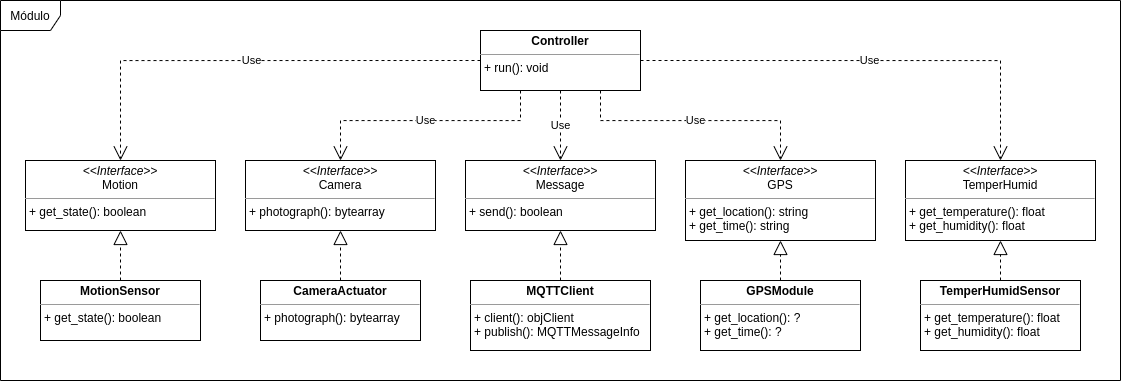
Before: images/module-class-diagram.png, a diagram exported from draw.io (Smart-AniMon/docs). Source tidied: cells renumbered, new cells last; positions are measured from the earlier drawing's top-left corner, leaving out a move shared by most shapes. The source it was exported from:
```xml
<mxGraphModel>
  <root>
    <mxCell id="0" />
    <mxCell id="1" parent="0" />
    <mxCell id="2" value="Use" style="edgeStyle=orthogonalEdgeStyle;rounded=0;jettySize=auto;html=1;exitX=0.75;exitY=1;exitDx=0;exitDy=0;entryX=0.5;entryY=0;entryDx=0;entryDy=0;dashed=1;endArrow=open;endFill=0;strokeWidth=1;endSize=12;" parent="1" edge="1" source="6" target="21">
      <mxGeometry relative="1" as="geometry" />
    </mxCell>
    <mxCell id="3" value="Use" style="edgeStyle=orthogonalEdgeStyle;rounded=0;jettySize=auto;html=1;exitX=1;exitY=0.5;exitDx=0;exitDy=0;entryX=0.5;entryY=0;entryDx=0;entryDy=0;dashed=1;endArrow=open;endFill=0;strokeWidth=1;endSize=12;" parent="1" edge="1" source="6" target="22">
      <mxGeometry relative="1" as="geometry" />
    </mxCell>
    <mxCell id="4" value="Use" style="edgeStyle=orthogonalEdgeStyle;rounded=0;jettySize=auto;html=1;exitX=0.25;exitY=1;exitDx=0;exitDy=0;entryX=0.5;entryY=0;entryDx=0;entryDy=0;dashed=1;endArrow=open;endFill=0;strokeWidth=1;endSize=12;" parent="1" edge="1" source="6" target="19">
      <mxGeometry relative="1" as="geometry" />
    </mxCell>
    <mxCell id="5" value="Use" style="edgeStyle=orthogonalEdgeStyle;rounded=0;jettySize=auto;html=1;exitX=0;exitY=0.5;exitDx=0;exitDy=0;entryX=0.5;entryY=0;entryDx=0;entryDy=0;dashed=1;endArrow=open;endFill=0;strokeWidth=1;endSize=12;" parent="1" edge="1" source="6" target="20">
      <mxGeometry relative="1" as="geometry" />
    </mxCell>
    <mxCell id="6" value="&lt;p style=&quot;margin: 0px ; margin-top: 4px ; text-align: center&quot;&gt;&lt;b&gt;Controller&lt;/b&gt;&lt;/p&gt;&lt;hr size=&quot;1&quot;&gt;&lt;p style=&quot;margin: 0px ; margin-left: 4px&quot;&gt;&lt;/p&gt;&lt;p style=&quot;margin: 0px ; margin-left: 4px&quot;&gt;+ run(): void&lt;/p&gt;" style="verticalAlign=top;align=left;overflow=fill;fontSize=12;fontFamily=Helvetica;html=1;" parent="1" vertex="1">
      <mxGeometry x="480" y="30" width="160" height="60" as="geometry" />
    </mxCell>
    <mxCell id="7" value="&lt;p style=&quot;margin: 0px ; margin-top: 4px ; text-align: center&quot;&gt;&lt;b&gt;MQTTClient&lt;/b&gt;&lt;/p&gt;&lt;hr size=&quot;1&quot;&gt;&lt;p style=&quot;margin: 0px ; margin-left: 4px&quot;&gt;+ client():&amp;nbsp;objClient&lt;/p&gt;&lt;p style=&quot;margin: 0px ; margin-left: 4px&quot;&gt;+ publish(): MQTTMessageInfo&lt;/p&gt;&lt;p style=&quot;margin: 0px ; margin-left: 4px&quot;&gt;&lt;br&gt;&lt;/p&gt;" style="verticalAlign=top;align=left;overflow=fill;fontSize=12;fontFamily=Helvetica;html=1;" parent="1" vertex="1">
      <mxGeometry x="470" y="280" width="180" height="70" as="geometry" />
    </mxCell>
    <mxCell id="8" style="edgeStyle=orthogonalEdgeStyle;rounded=0;jettySize=auto;html=1;exitX=0.5;exitY=0;exitDx=0;exitDy=0;entryX=0.5;entryY=1;entryDx=0;entryDy=0;dashed=1;endArrow=block;endFill=0;endSize=12;strokeWidth=1;" parent="1" edge="1" source="9" target="19">
      <mxGeometry relative="1" as="geometry" />
    </mxCell>
    <mxCell id="9" value="&lt;p style=&quot;margin: 0px ; margin-top: 4px ; text-align: center&quot;&gt;&lt;b&gt;CameraA&lt;/b&gt;&lt;b&gt;ctuator&lt;/b&gt;&lt;/p&gt;&lt;hr size=&quot;1&quot;&gt;&lt;p style=&quot;margin: 0px ; margin-left: 4px&quot;&gt;+ photograph(): bytearray&lt;/p&gt;" style="verticalAlign=top;align=left;overflow=fill;fontSize=12;fontFamily=Helvetica;html=1;" parent="1" vertex="1">
      <mxGeometry x="260" y="280" width="160" height="60" as="geometry" />
    </mxCell>
    <mxCell id="10" value="&lt;p style=&quot;margin: 0px ; margin-top: 4px ; text-align: center&quot;&gt;&lt;b&gt;TemperHumidSensor&lt;/b&gt;&lt;/p&gt;&lt;hr size=&quot;1&quot;&gt;&lt;p style=&quot;margin: 0px ; margin-left: 4px&quot;&gt;+ get_temperature(): float&lt;/p&gt;&lt;p style=&quot;margin: 0px ; margin-left: 4px&quot;&gt;+ get_humidity(): float&lt;br&gt;&lt;/p&gt;" style="verticalAlign=top;align=left;overflow=fill;fontSize=12;fontFamily=Helvetica;html=1;" parent="1" vertex="1">
      <mxGeometry x="920" y="280" width="160" height="70" as="geometry" />
    </mxCell>
    <mxCell id="11" style="edgeStyle=orthogonalEdgeStyle;rounded=0;jettySize=auto;html=1;exitX=0.5;exitY=0;exitDx=0;exitDy=0;entryX=0.5;entryY=1;entryDx=0;entryDy=0;dashed=1;endArrow=block;endFill=0;endSize=12;strokeWidth=1;" parent="1" edge="1" source="12" target="21">
      <mxGeometry relative="1" as="geometry" />
    </mxCell>
    <mxCell id="12" value="&lt;p style=&quot;margin: 0px ; margin-top: 4px ; text-align: center&quot;&gt;&lt;b&gt;GPSModule&lt;/b&gt;&lt;/p&gt;&lt;hr size=&quot;1&quot;&gt;&lt;p style=&quot;margin: 0px ; margin-left: 4px&quot;&gt;+ get_location(): ?&lt;/p&gt;&lt;p style=&quot;margin: 0px ; margin-left: 4px&quot;&gt;+ get_time(): ?&lt;br&gt;&lt;/p&gt;" style="verticalAlign=top;align=left;overflow=fill;fontSize=12;fontFamily=Helvetica;html=1;" parent="1" vertex="1">
      <mxGeometry x="700" y="280" width="160" height="70" as="geometry" />
    </mxCell>
    <mxCell id="13" style="edgeStyle=orthogonalEdgeStyle;rounded=0;jettySize=auto;html=1;exitX=0.5;exitY=0;exitDx=0;exitDy=0;entryX=0.5;entryY=1;entryDx=0;entryDy=0;dashed=1;endArrow=block;endFill=0;endSize=12;strokeWidth=1;" parent="1" edge="1" source="14" target="20">
      <mxGeometry relative="1" as="geometry" />
    </mxCell>
    <mxCell id="14" value="&lt;p style=&quot;margin: 0px ; margin-top: 4px ; text-align: center&quot;&gt;&lt;b&gt;MotionSensor&lt;/b&gt;&lt;/p&gt;&lt;hr size=&quot;1&quot;&gt;&lt;p style=&quot;margin: 0px ; margin-left: 4px&quot;&gt;+ get_state(): boolean&lt;/p&gt;" style="verticalAlign=top;align=left;overflow=fill;fontSize=12;fontFamily=Helvetica;html=1;" parent="1" vertex="1">
      <mxGeometry x="40" y="280" width="160" height="60" as="geometry" />
    </mxCell>
    <mxCell id="15" value="Módulo" style="shape=umlFrame;whiteSpace=wrap;html=1;" parent="1" vertex="1">
      <mxGeometry width="1120" height="380" as="geometry" />
    </mxCell>
    <mxCell id="16" value="&lt;p style=&quot;margin: 0px ; margin-top: 4px ; text-align: center&quot;&gt;&lt;i&gt;&amp;lt;&amp;lt;Interface&amp;gt;&amp;gt;&lt;/i&gt;&lt;br&gt;Message&lt;/p&gt;&lt;hr size=&quot;1&quot;&gt;&lt;p style=&quot;margin: 0px ; margin-left: 4px&quot;&gt;+ send(): boolean&lt;/p&gt;" style="verticalAlign=top;align=left;overflow=fill;fontSize=12;fontFamily=Helvetica;html=1;" parent="1" vertex="1">
      <mxGeometry x="465" y="160" width="190" height="70" as="geometry" />
    </mxCell>
    <mxCell id="17" style="endArrow=block;dashed=1;endFill=0;endSize=12;html=1;strokeWidth=1;exitX=0.5;exitY=0;exitDx=0;exitDy=0;entryX=0.5;entryY=1;entryDx=0;entryDy=0;" parent="1" edge="1" source="7" target="16">
      <mxGeometry relative="1" as="geometry" />
    </mxCell>
    <mxCell id="18" value="Use" style="endArrow=open;endFill=1;endSize=12;html=1;dashed=1;strokeWidth=1;exitX=0.5;exitY=1;exitDx=0;exitDy=0;entryX=0.5;entryY=0;entryDx=0;entryDy=0;" parent="1" edge="1" source="6" target="16">
      <mxGeometry relative="1" as="geometry" />
    </mxCell>
    <mxCell id="19" value="&lt;p style=&quot;margin: 0px ; margin-top: 4px ; text-align: center&quot;&gt;&lt;i&gt;&amp;lt;&amp;lt;Interface&amp;gt;&amp;gt;&lt;/i&gt;&lt;br&gt;Camera&lt;/p&gt;&lt;hr size=&quot;1&quot;&gt;&lt;p style=&quot;margin: 0px ; margin-left: 4px&quot;&gt;+ photograph(): bytearray&lt;br&gt;&lt;/p&gt;" style="verticalAlign=top;align=left;overflow=fill;fontSize=12;fontFamily=Helvetica;html=1;" parent="1" vertex="1">
      <mxGeometry x="245" y="160" width="190" height="70" as="geometry" />
    </mxCell>
    <mxCell id="20" value="&lt;p style=&quot;margin: 0px ; margin-top: 4px ; text-align: center&quot;&gt;&lt;i&gt;&amp;lt;&amp;lt;Interface&amp;gt;&amp;gt;&lt;/i&gt;&lt;br&gt;Motion&lt;/p&gt;&lt;hr size=&quot;1&quot;&gt;&lt;p style=&quot;margin: 0px ; margin-left: 4px&quot;&gt;+ get_state(): boolean&lt;br&gt;&lt;/p&gt;" style="verticalAlign=top;align=left;overflow=fill;fontSize=12;fontFamily=Helvetica;html=1;" parent="1" vertex="1">
      <mxGeometry x="25" y="160" width="190" height="70" as="geometry" />
    </mxCell>
    <mxCell id="21" value="&lt;p style=&quot;margin: 0px ; margin-top: 4px ; text-align: center&quot;&gt;&lt;i&gt;&amp;lt;&amp;lt;Interface&amp;gt;&amp;gt;&lt;/i&gt;&lt;br&gt;GPS&lt;/p&gt;&lt;hr size=&quot;1&quot;&gt;&lt;p style=&quot;margin: 0px 0px 0px 4px&quot;&gt;+ get_location(): string&lt;/p&gt;&lt;p style=&quot;margin: 0px 0px 0px 4px&quot;&gt;+ get_time(): string&lt;/p&gt;" style="verticalAlign=top;align=left;overflow=fill;fontSize=12;fontFamily=Helvetica;html=1;" parent="1" vertex="1">
      <mxGeometry x="685" y="160" width="190" height="80" as="geometry" />
    </mxCell>
    <mxCell id="22" value="&lt;p style=&quot;margin: 0px ; margin-top: 4px ; text-align: center&quot;&gt;&lt;i&gt;&amp;lt;&amp;lt;Interface&amp;gt;&amp;gt;&lt;/i&gt;&lt;br&gt;TemperHumid&lt;br&gt;&lt;/p&gt;&lt;hr size=&quot;1&quot;&gt;&lt;p style=&quot;margin: 0px ; margin-left: 4px&quot;&gt;+ get_temperature(): float&lt;/p&gt;&lt;p style=&quot;margin: 0px ; margin-left: 4px&quot;&gt;+ get_humidity(): float&lt;br&gt;&lt;/p&gt;" style="verticalAlign=top;align=left;overflow=fill;fontSize=12;fontFamily=Helvetica;html=1;" parent="1" vertex="1">
      <mxGeometry x="905" y="160" width="190" height="80" as="geometry" />
    </mxCell>
    <mxCell id="23" style="endArrow=block;dashed=1;endFill=0;endSize=12;html=1;strokeWidth=1;exitX=0.5;exitY=0;exitDx=0;exitDy=0;entryX=0.5;entryY=1;entryDx=0;entryDy=0;" parent="1" edge="1" source="10" target="22">
      <mxGeometry relative="1" as="geometry" />
    </mxCell>
  </root>
</mxGraphModel>
```
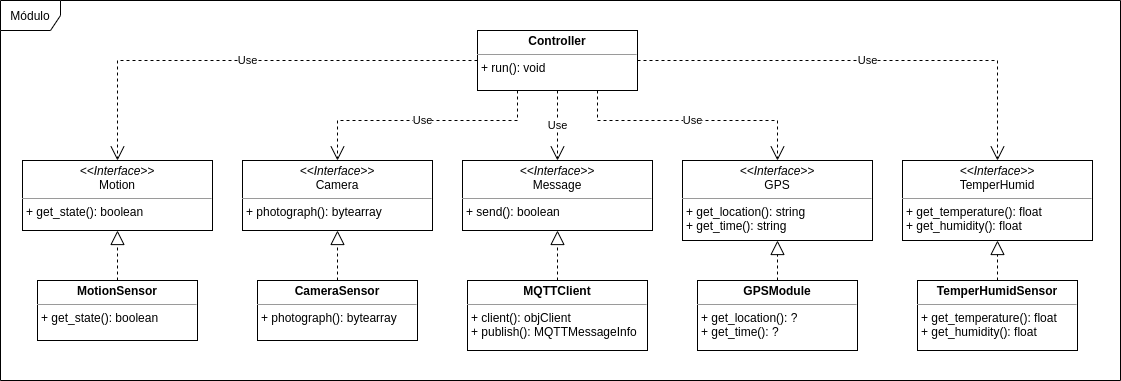
Above is the later version.

Commit message:
Update module-class-diagram

What changed in the source:
```diff
@@ -23,7 +23,7 @@
     <mxCell id="8" style="edgeStyle=orthogonalEdgeStyle;rounded=0;jettySize=auto;html=1;exitX=0.5;exitY=0;exitDx=0;exitDy=0;entryX=0.5;entryY=1;entryDx=0;entryDy=0;dashed=1;endArrow=block;endFill=0;endSize=12;strokeWidth=1;" parent="1" edge="1" source="9" target="19">
       <mxGeometry relative="1" as="geometry" />
     </mxCell>
-    <mxCell id="9" value="&lt;p style=&quot;margin: 0px ; margin-top: 4px ; text-align: center&quot;&gt;&lt;b&gt;CameraA&lt;/b&gt;&lt;b&gt;ctuator&lt;/b&gt;&lt;/p&gt;&lt;hr size=&quot;1&quot;&gt;&lt;p style=&quot;margin: 0px ; margin-left: 4px&quot;&gt;+ photograph(): bytearray&lt;/p&gt;" style="verticalAlign=top;align=left;overflow=fill;fontSize=12;fontFamily=Helvetica;html=1;" parent="1" vertex="1">
+    <mxCell id="9" value="&lt;p style=&quot;margin: 0px ; margin-top: 4px ; text-align: center&quot;&gt;&lt;b&gt;CameraSensor&lt;/b&gt;&lt;/p&gt;&lt;hr size=&quot;1&quot;&gt;&lt;p style=&quot;margin: 0px ; margin-left: 4px&quot;&gt;+ photograph(): bytearray&lt;/p&gt;" style="verticalAlign=top;align=left;overflow=fill;fontSize=12;fontFamily=Helvetica;html=1;" parent="1" vertex="1">
       <mxGeometry x="260" y="280" width="160" height="60" as="geometry" />
     </mxCell>
     <mxCell id="10" value="&lt;p style=&quot;margin: 0px ; margin-top: 4px ; text-align: center&quot;&gt;&lt;b&gt;TemperHumidSensor&lt;/b&gt;&lt;/p&gt;&lt;hr size=&quot;1&quot;&gt;&lt;p style=&quot;margin: 0px ; margin-left: 4px&quot;&gt;+ get_temperature(): float&lt;/p&gt;&lt;p style=&quot;margin: 0px ; margin-left: 4px&quot;&gt;+ get_humidity(): float&lt;br&gt;&lt;/p&gt;" style="verticalAlign=top;align=left;overflow=fill;fontSize=12;fontFamily=Helvetica;html=1;" parent="1" vertex="1">
@@ -42,7 +42,7 @@
       <mxGeometry x="40" y="280" width="160" height="60" as="geometry" />
     </mxCell>
     <mxCell id="15" value="Módulo" style="shape=umlFrame;whiteSpace=wrap;html=1;" parent="1" vertex="1">
-      <mxGeometry width="1120" height="380" as="geometry" />
+      <mxGeometry x="3" width="1120" height="380" as="geometry" />
     </mxCell>
     <mxCell id="16" value="&lt;p style=&quot;margin: 0px ; margin-top: 4px ; text-align: center&quot;&gt;&lt;i&gt;&amp;lt;&amp;lt;Interface&amp;gt;&amp;gt;&lt;/i&gt;&lt;br&gt;Message&lt;/p&gt;&lt;hr size=&quot;1&quot;&gt;&lt;p style=&quot;margin: 0px ; margin-left: 4px&quot;&gt;+ send(): boolean&lt;/p&gt;" style="verticalAlign=top;align=left;overflow=fill;fontSize=12;fontFamily=Helvetica;html=1;" parent="1" vertex="1">
       <mxGeometry x="465" y="160" width="190" height="70" as="geometry" />
```
